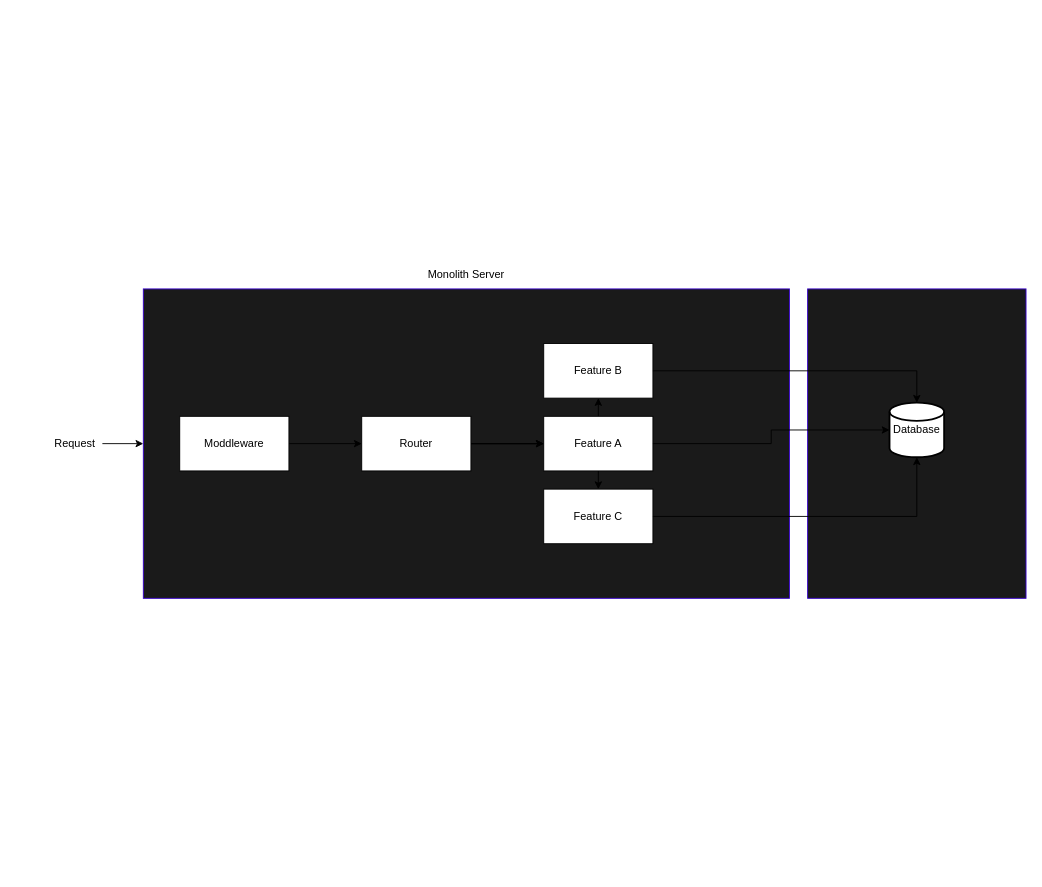
Above: page "Monolithic server" (8 of 9) of app-design.drawio in OrShalmayev/mini-microservices (draw.io), before the change. Source tidied: cells renumbered, new cells numbered last; positions are measured from the earlier drawing's top-left corner, leaving out a move shared by most shapes. Both pictures are drawn from the tidied source at 91%, with x=0, y=0 at pixel (47, 261).
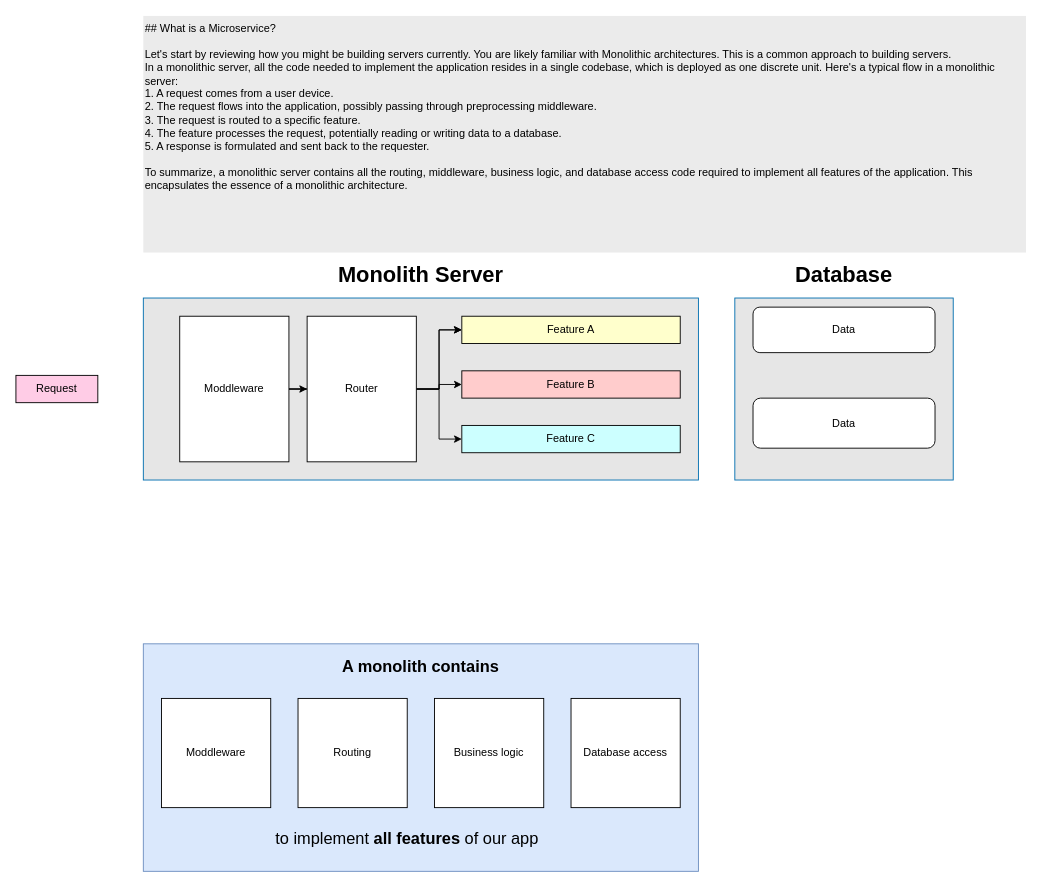
Above is the later version.

Change to the diagram source:
```diff
@@
-    <mxCell id="2" style="whiteSpace=wrap;html=1;fillColor=#1A1A1A;fontColor=#ffffff;strokeColor=#3700CC;" parent="1" vertex="1">
-      <mxGeometry x="835" y="30" width="240" height="340" as="geometry" />
+    <mxCell id="2" style="whiteSpace=wrap;html=1;fillColor=#E6E6E6;fontColor=#ffffff;strokeColor=#006EAF;" parent="1" vertex="1">
+      <mxGeometry x="755" y="40" width="240" height="200" as="geometry" />
     </mxCell>
-    <mxCell id="3" style="edgeStyle=orthogonalEdgeStyle;rounded=0;jettySize=auto;html=1;" parent="1" edge="1" source="4" target="5">
-      <mxGeometry relative="1" as="geometry" />
-    </mxCell>
-    <mxCell id="4" value="Request" style="text;html=1;align=center;verticalAlign=middle;whiteSpace=wrap;rounded=0;" parent="1" vertex="1">
-      <mxGeometry y="185" width="60" height="30" as="geometry" />
-    </mxCell>
-    <mxCell id="5" style="whiteSpace=wrap;html=1;fillColor=#1A1A1A;fontColor=#ffffff;strokeColor=#3700CC;" parent="1" vertex="1">
-      <mxGeometry x="105" y="30" width="710" height="340" as="geometry" />
+    <mxCell id="5" style="whiteSpace=wrap;html=1;fillColor=#E6E6E6;fontColor=#ffffff;strokeColor=#006EAF;gradientColor=none;" parent="1" vertex="1">
+      <mxGeometry x="105" y="40" width="610" height="200" as="geometry" />
     </mxCell>
@@
     <mxCell id="7" value="Moddleware" style="rounded=0;whiteSpace=wrap;html=1;" parent="1" vertex="1">
-      <mxGeometry x="145" y="170" width="120" height="60" as="geometry" />
+      <mxGeometry x="145" y="60" width="120" height="160" as="geometry" />
     </mxCell>
@@
     <mxCell id="12" value="Router" style="rounded=0;whiteSpace=wrap;html=1;" parent="1" vertex="1">
-      <mxGeometry x="345" y="170" width="120" height="60" as="geometry" />
+      <mxGeometry x="285" y="60" width="120" height="160" as="geometry" />
     </mxCell>
-    <mxCell id="13" value="Feature A" style="rounded=0;whiteSpace=wrap;html=1;" parent="1" vertex="1">
-      <mxGeometry x="545" y="170" width="120" height="60" as="geometry" />
+    <mxCell id="13" value="Feature A" style="rounded=0;whiteSpace=wrap;html=1;fillColor=#FFFFCC;" parent="1" vertex="1">
+      <mxGeometry x="455" y="60" width="240" height="30" as="geometry" />
     </mxCell>
-    <mxCell id="14" value="Feature B" style="whiteSpace=wrap;html=1;rounded=0;" parent="1" vertex="1">
-      <mxGeometry x="545" y="90" width="120" height="60" as="geometry" />
+    <mxCell id="14" value="Feature B" style="whiteSpace=wrap;html=1;rounded=0;fillColor=#FFCCCC;" parent="1" vertex="1">
+      <mxGeometry x="455" y="120" width="240" height="30" as="geometry" />
     </mxCell>
-    <mxCell id="15" value="Feature C" style="whiteSpace=wrap;html=1;rounded=0;" parent="1" vertex="1">
-      <mxGeometry x="545" y="250" width="120" height="60" as="geometry" />
+    <mxCell id="15" value="Feature C" style="whiteSpace=wrap;html=1;rounded=0;fillColor=#CCFFFF;" parent="1" vertex="1">
+      <mxGeometry x="455" y="180" width="240" height="30" as="geometry" />
     </mxCell>
-    <mxCell id="16" style="edgeStyle=orthogonalEdgeStyle;rounded=0;jettySize=auto;html=1;entryX=0.5;entryY=0;entryDx=0;entryDy=0;entryPerimeter=0;" parent="1" edge="1" source="14" target="20">
-      <mxGeometry relative="1" as="geometry" />
-    </mxCell>
-    <mxCell id="17" style="edgeStyle=orthogonalEdgeStyle;rounded=0;jettySize=auto;html=1;entryX=0;entryY=0.5;entryDx=0;entryDy=0;entryPerimeter=0;" parent="1" edge="1" source="13" target="20">
-      <mxGeometry relative="1" as="geometry" />
-    </mxCell>
-    <mxCell id="18" style="edgeStyle=orthogonalEdgeStyle;rounded=0;jettySize=auto;html=1;entryX=0.5;entryY=1;entryDx=0;entryDy=0;entryPerimeter=0;" parent="1" edge="1" source="15" target="20">
-      <mxGeometry relative="1" as="geometry" />
-    </mxCell>
-    <mxCell id="19" value="Monolith Server" style="text;html=1;align=center;verticalAlign=middle;whiteSpace=wrap;rounded=0;" parent="1" vertex="1">
-      <mxGeometry x="405" width="110" height="30" as="geometry" />
+    <mxCell id="19" value="&lt;h1&gt;Monolith Server&lt;/h1&gt;" style="text;html=1;align=center;verticalAlign=middle;whiteSpace=wrap;rounded=0;" parent="1" vertex="1">
+      <mxGeometry x="290" width="240" height="30" as="geometry" />
     </mxCell>
+    <mxCell id="21" value="## What is a Microservice?&lt;br&gt;&lt;br&gt;Let's start by reviewing how you might be building servers currently. You are likely familiar with Monolithic architectures. This is a common approach to building servers.&lt;br&gt;In a monolithic server, all the code needed to implement the application resides in a single codebase, which is deployed as one discrete unit. Here's a typical flow in a monolithic server:&lt;br&gt;1. A request comes from a user device.&lt;br&gt;2. The request flows into the application, possibly passing through preprocessing middleware.&lt;br&gt;3. The request is routed to a specific feature.&lt;br&gt;4. The feature processes the request, potentially reading or writing data to a database.&lt;br&gt;5. A response is formulated and sent back to the requester.&lt;br&gt;&lt;br&gt;To summarize, a monolithic server contains all the routing, middleware, business logic, and database access code required to implement all features of the application. This encapsulates the essence of a monolithic architecture." style="text;overflow=hidden;rounded=0;fillColor=#ebebeb;fillStyle=auto;gradientColor=none;whiteSpace=wrap;html=1;" parent="1" vertex="1">
+      <mxGeometry x="105" y="-270" width="970" height="260" as="geometry" />
+    </mxCell>
+    <mxCell id="4" value="Request" style="rounded=0;whiteSpace=wrap;html=1;fillColor=#FFCCE6;" parent="1" vertex="1">
+      <mxGeometry x="-35" y="125" width="90" height="30" as="geometry" />
+    </mxCell>
-    <mxCell id="20" value="Database" style="strokeWidth=2;html=1;shape=mxgraph.flowchart.database;whiteSpace=wrap;" parent="1" vertex="1">
-      <mxGeometry x="925" y="155" width="60" height="60" as="geometry" />
+    <mxCell id="20" value="&lt;h1&gt;Database&lt;/h1&gt;" style="text;html=1;align=center;verticalAlign=middle;whiteSpace=wrap;rounded=0;" parent="1" vertex="1">
+      <mxGeometry x="845" width="60" height="30" as="geometry" />
     </mxCell>
+    <mxCell id="22" value="Data" style="rounded=1;whiteSpace=wrap;html=1;" parent="1" vertex="1">
+      <mxGeometry x="775" y="50" width="200" height="50" as="geometry" />
+    </mxCell>
+    <mxCell id="23" value="Data" style="rounded=1;whiteSpace=wrap;html=1;" parent="1" vertex="1">
+      <mxGeometry x="775" y="150" width="200" height="55" as="geometry" />
+    </mxCell>
+    <mxCell id="24" style="whiteSpace=wrap;html=1;fillColor=#dae8fc;strokeColor=#6c8ebf;" parent="1" vertex="1">
+      <mxGeometry x="105" y="420" width="610" height="250" as="geometry" />
+    </mxCell>
+    <mxCell id="25" value="Moddleware" style="rounded=0;whiteSpace=wrap;html=1;" parent="1" vertex="1">
+      <mxGeometry x="125" y="480" width="120" height="120" as="geometry" />
+    </mxCell>
+    <mxCell id="26" value="&lt;h2&gt;A monolith contains&lt;/h2&gt;" style="text;html=1;align=center;verticalAlign=middle;whiteSpace=wrap;rounded=0;" parent="1" vertex="1">
+      <mxGeometry x="290" y="430" width="240" height="30" as="geometry" />
+    </mxCell>
+    <mxCell id="27" value="Routing" style="rounded=0;whiteSpace=wrap;html=1;" parent="1" vertex="1">
+      <mxGeometry x="275" y="480" width="120" height="120" as="geometry" />
+    </mxCell>
+    <mxCell id="28" value="Business logic" style="rounded=0;whiteSpace=wrap;html=1;" parent="1" vertex="1">
+      <mxGeometry x="425" y="480" width="120" height="120" as="geometry" />
+    </mxCell>
+    <mxCell id="29" value="Database access" style="rounded=0;whiteSpace=wrap;html=1;" parent="1" vertex="1">
+      <mxGeometry x="575" y="480" width="120" height="120" as="geometry" />
+    </mxCell>
+    <mxCell id="30" value="&lt;h2&gt;&lt;span style=&quot;font-weight: normal;&quot;&gt;to implement &lt;/span&gt;all features &lt;span style=&quot;font-weight: normal;&quot;&gt;of our app&lt;/span&gt;&lt;/h2&gt;" style="text;html=1;align=center;verticalAlign=middle;whiteSpace=wrap;rounded=0;" parent="1" vertex="1">
+      <mxGeometry x="185" y="620" width="420" height="30" as="geometry" />
+    </mxCell>
```
